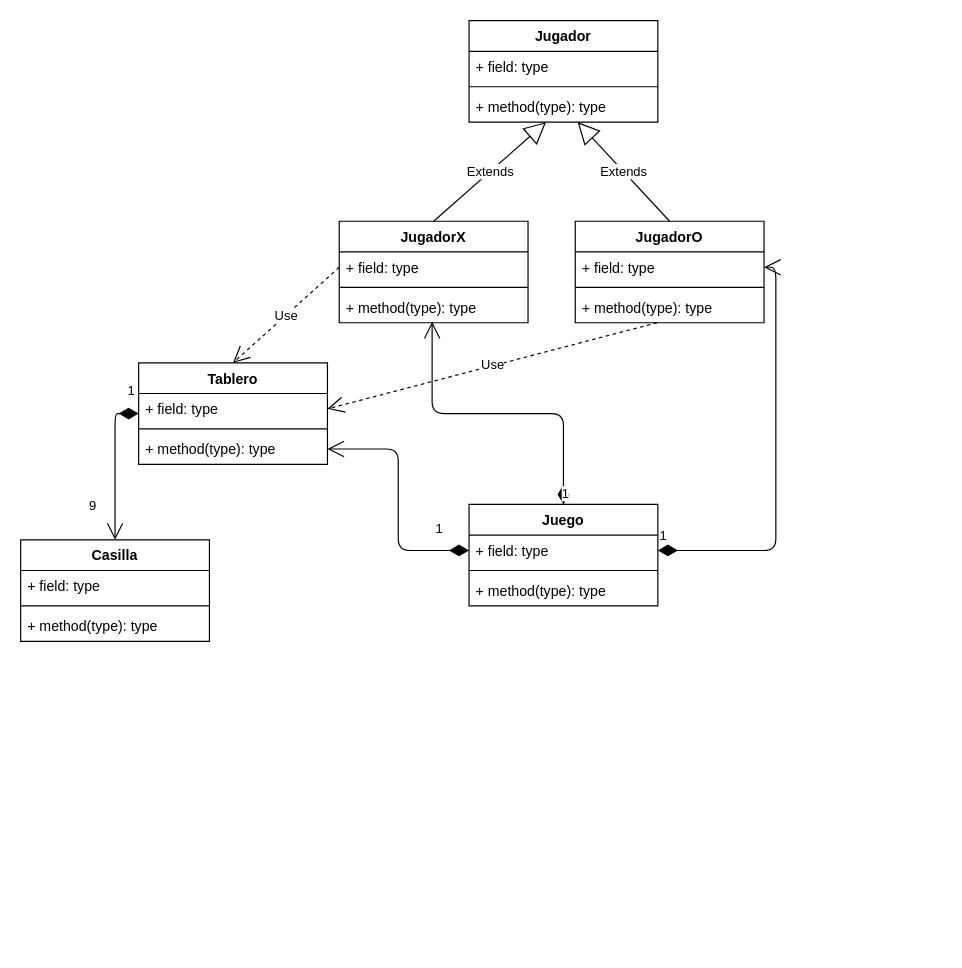
This is P45/Clase8/UML_TresEnRaya.drawio from luismescobarf/clasesCiclo2, a draw.io file, before an edit. Source tidied: cells renumbered, new cells numbered last; positions are measured from the earlier drawing's top-left corner, leaving out a move shared by most shapes. Both pictures are drawn from the tidied source at 118%, with x=0, y=0 at pixel (20, 20).
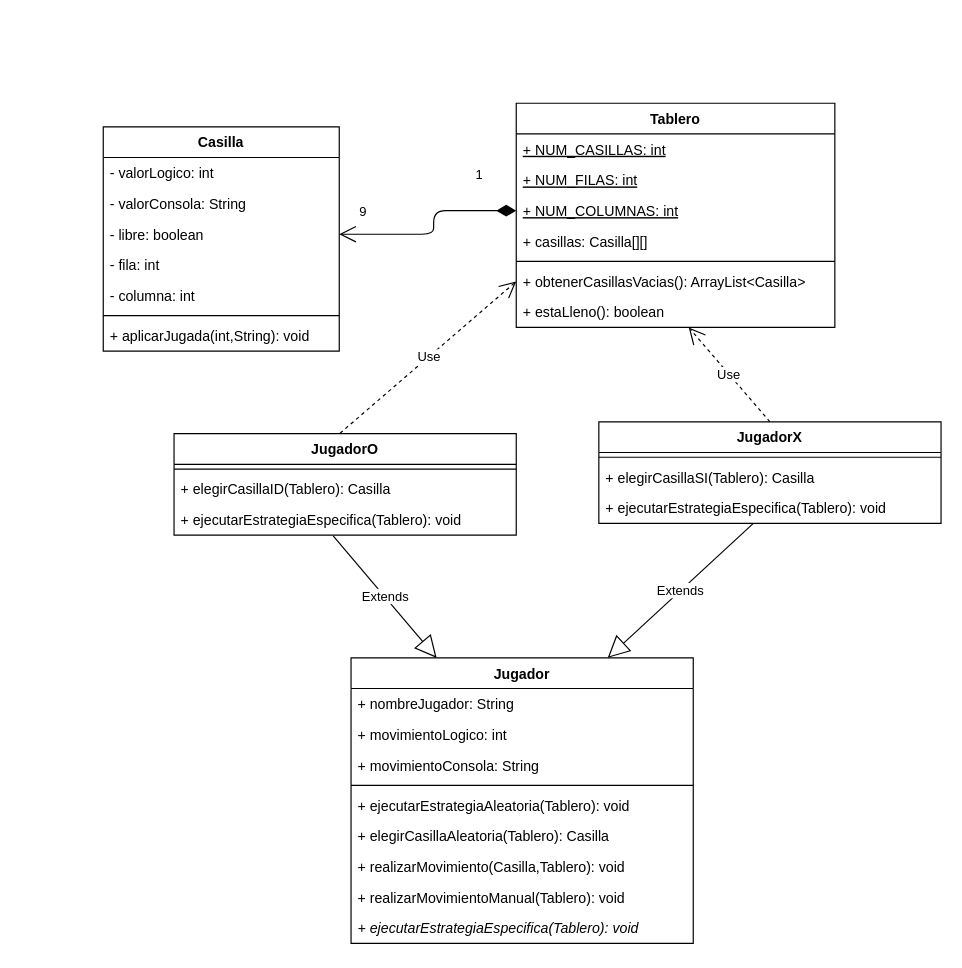
The same diagram, later.

Change to the diagram source:
```diff
@@
-<mxGraphModel background="#ffffff">
+<mxGraphModel>
@@
     <mxCell id="2" value="Casilla" style="swimlane;fontStyle=1;align=center;verticalAlign=top;horizontal=1;startSize=26;" parent="1" vertex="1">
-      <mxGeometry y="440" width="160" height="86" as="geometry" />
+      <mxGeometry x="70" y="90" width="200" height="190" as="geometry" />
     </mxCell>
-    <mxCell id="3" value="+ field: type" style="text;strokeColor=none;fillColor=none;align=left;verticalAlign=top;spacingLeft=4;spacingRight=4;overflow=hidden;" parent="2" vertex="1">
-      <mxGeometry y="26" width="160" height="26" as="geometry" />
-    </mxCell>
-    <mxCell id="4" style="line;strokeWidth=1;fillColor=none;align=left;verticalAlign=middle;spacingTop=-1;spacingLeft=3;spacingRight=3;labelPosition=right;" parent="2" vertex="1">
-      <mxGeometry y="52" width="160" height="8" as="geometry" />
-    </mxCell>
-    <mxCell id="5" value="+ method(type): type" style="text;strokeColor=none;fillColor=none;align=left;verticalAlign=top;spacingLeft=4;spacingRight=4;overflow=hidden;" parent="2" vertex="1">
-      <mxGeometry y="60" width="160" height="26" as="geometry" />
-    </mxCell>
+    <mxCell id="35" value="- valorLogico: int&#10;" style="text;strokeColor=none;fillColor=none;align=left;verticalAlign=top;spacingLeft=4;spacingRight=4;overflow=hidden;" parent="2" vertex="1">
+      <mxGeometry y="26" width="200" height="26" as="geometry" />
+    </mxCell>
+    <mxCell id="36" value="- valorConsola: String" style="text;strokeColor=none;fillColor=none;align=left;verticalAlign=top;spacingLeft=4;spacingRight=4;overflow=hidden;" parent="2" vertex="1">
+      <mxGeometry y="52" width="200" height="26" as="geometry" />
+    </mxCell>
+    <mxCell id="37" value="- libre: boolean" style="text;strokeColor=none;fillColor=none;align=left;verticalAlign=top;spacingLeft=4;spacingRight=4;overflow=hidden;points=[[0,0.5],[1,0.5]];portConstraint=eastwest;" parent="2" vertex="1">
+      <mxGeometry y="78" width="200" height="26" as="geometry" />
+    </mxCell>
+    <mxCell id="38" value="- fila: int" style="text;strokeColor=none;fillColor=none;align=left;verticalAlign=top;spacingLeft=4;spacingRight=4;overflow=hidden;" parent="2" vertex="1">
+      <mxGeometry y="104" width="200" height="26" as="geometry" />
+    </mxCell>
+    <mxCell id="39" value="- columna: int" style="text;strokeColor=none;fillColor=none;align=left;verticalAlign=top;spacingLeft=4;spacingRight=4;overflow=hidden;" parent="2" vertex="1">
+      <mxGeometry y="130" width="200" height="26" as="geometry" />
+    </mxCell>
+    <mxCell id="40" style="line;strokeWidth=1;fillColor=none;align=left;verticalAlign=middle;spacingTop=-1;spacingLeft=3;spacingRight=3;labelPosition=right;" parent="2" vertex="1">
+      <mxGeometry y="156" width="200" height="8" as="geometry" />
+    </mxCell>
+    <mxCell id="41" value="+ aplicarJugada(int,String): void&#10;" style="text;strokeColor=none;fillColor=none;align=left;verticalAlign=top;spacingLeft=4;spacingRight=4;overflow=hidden;" parent="2" vertex="1">
+      <mxGeometry y="164" width="200" height="26" as="geometry" />
+    </mxCell>
     <mxCell id="6" value="Tablero" style="swimlane;fontStyle=1;align=center;verticalAlign=top;horizontal=1;startSize=26;" parent="1" vertex="1">
-      <mxGeometry x="100" y="290" width="160" height="86" as="geometry" />
+      <mxGeometry x="420" y="70" width="270" height="190" as="geometry" />
     </mxCell>
-    <mxCell id="7" value="+ field: type" style="text;strokeColor=none;fillColor=none;align=left;verticalAlign=top;spacingLeft=4;spacingRight=4;overflow=hidden;points=[[0,0.5],[1,0.5]];portConstraint=eastwest;" parent="6" vertex="1">
-      <mxGeometry y="26" width="160" height="26" as="geometry" />
-    </mxCell>
-    <mxCell id="8" style="line;strokeWidth=1;fillColor=none;align=left;verticalAlign=middle;spacingTop=-1;spacingLeft=3;spacingRight=3;labelPosition=right;" parent="6" vertex="1">
-      <mxGeometry y="52" width="160" height="8" as="geometry" />
-    </mxCell>
-    <mxCell id="9" value="+ method(type): type" style="text;strokeColor=none;fillColor=none;align=left;verticalAlign=top;spacingLeft=4;spacingRight=4;overflow=hidden;points=[[0,0.5],[1,0.5]];portConstraint=eastwest;" parent="6" vertex="1">
-      <mxGeometry y="60" width="160" height="26" as="geometry" />
-    </mxCell>
-    <mxCell id="10" value="1" style="endArrow=open;html=1;endSize=12;startArrow=diamondThin;startSize=14;startFill=1;edgeStyle=orthogonalEdgeStyle;align=left;verticalAlign=bottom;entryX=0.5;entryY=0;entryDx=0;entryDy=0;exitX=0;exitY=0.5;exitDx=0;exitDy=0;" parent="1" edge="1" source="6" target="2">
-      <mxGeometry x="-0.83" y="-10" relative="1" as="geometry" />
-    </mxCell>
+    <mxCell id="42" value="+ NUM_CASILLAS: int" style="text;strokeColor=none;fillColor=none;align=left;verticalAlign=top;spacingLeft=4;spacingRight=4;overflow=hidden;fontStyle=4;" parent="6" vertex="1">
+      <mxGeometry y="26" width="270" height="26" as="geometry" />
+    </mxCell>
+    <mxCell id="43" value="+ NUM_FILAS: int" style="text;strokeColor=none;fillColor=none;align=left;verticalAlign=top;spacingLeft=4;spacingRight=4;overflow=hidden;fontStyle=4;" parent="6" vertex="1">
+      <mxGeometry y="52" width="270" height="26" as="geometry" />
+    </mxCell>
+    <mxCell id="44" value="+ NUM_COLUMNAS: int" style="text;strokeColor=none;fillColor=none;align=left;verticalAlign=top;spacingLeft=4;spacingRight=4;overflow=hidden;points=[[0,0.5],[1,0.5]];portConstraint=eastwest;fontStyle=4;" parent="6" vertex="1">
+      <mxGeometry y="78" width="270" height="26" as="geometry" />
+    </mxCell>
+    <mxCell id="45" value="+ casillas: Casilla[][]" style="text;strokeColor=none;fillColor=none;align=left;verticalAlign=top;spacingLeft=4;spacingRight=4;overflow=hidden;" parent="6" vertex="1">
+      <mxGeometry y="104" width="270" height="26" as="geometry" />
+    </mxCell>
+    <mxCell id="46" style="line;strokeWidth=1;fillColor=none;align=left;verticalAlign=middle;spacingTop=-1;spacingLeft=3;spacingRight=3;labelPosition=right;" parent="6" vertex="1">
+      <mxGeometry y="130" width="270" height="8" as="geometry" />
+    </mxCell>
+    <mxCell id="47" value="+ obtenerCasillasVacias(): ArrayList&lt;Casilla&gt;" style="text;strokeColor=none;fillColor=none;align=left;verticalAlign=top;spacingLeft=4;spacingRight=4;overflow=hidden;points=[[0,0.5],[1,0.5]];portConstraint=eastwest;" parent="6" vertex="1">
+      <mxGeometry y="138" width="270" height="26" as="geometry" />
+    </mxCell>
+    <mxCell id="48" value="+ estaLleno(): boolean" style="text;strokeColor=none;fillColor=none;align=left;verticalAlign=top;spacingLeft=4;spacingRight=4;overflow=hidden;points=[[0,0.5],[1,0.5]];portConstraint=eastwest;" parent="6" vertex="1">
+      <mxGeometry y="164" width="270" height="26" as="geometry" />
+    </mxCell>
+    <mxCell id="49" value="1" style="endArrow=open;html=1;endSize=12;startArrow=diamondThin;startSize=14;startFill=1;edgeStyle=orthogonalEdgeStyle;align=left;verticalAlign=bottom;entryX=1;entryY=0.5;entryDx=0;entryDy=0;exitX=0;exitY=0.5;exitDx=0;exitDy=0;" parent="1" edge="1" source="44" target="37">
+      <mxGeometry x="-0.58" y="-21" relative="1" as="geometry">
+        <Array as="points">
+          <mxPoint x="350" y="161" />
+          <mxPoint x="350" y="181" />
+        </Array>
+      </mxGeometry>
+    </mxCell>
-    <mxCell id="11" value="9" style="edgeLabel;html=1;align=center;verticalAlign=middle;" parent="10" vertex="1">
-      <mxGeometry x="0.24" y="-1" relative="1" as="geometry">
-        <mxPoint x="-19" y="18" as="offset" />
+    <mxCell id="11" value="9" style="edgeLabel;html=1;align=center;verticalAlign=middle;" parent="49" vertex="1">
+      <mxGeometry x="0.62" relative="1" as="geometry">
+        <mxPoint x="-13" y="-20" as="offset" />
       </mxGeometry>
     </mxCell>
+    <mxCell id="16" value="JugadorX" style="swimlane;fontStyle=1;align=center;verticalAlign=top;horizontal=1;startSize=26;" parent="1" vertex="1">
+      <mxGeometry x="490" y="340" width="290" height="86" as="geometry" />
+    </mxCell>
+    <mxCell id="50" style="line;strokeWidth=1;fillColor=none;align=left;verticalAlign=middle;spacingTop=-1;spacingLeft=3;spacingRight=3;labelPosition=right;" parent="16" vertex="1">
+      <mxGeometry y="26" width="290" height="8" as="geometry" />
+    </mxCell>
+    <mxCell id="51" value="+ elegirCasillaSI(Tablero): Casilla" style="text;strokeColor=none;fillColor=none;align=left;verticalAlign=top;spacingLeft=4;spacingRight=4;overflow=hidden;" parent="16" vertex="1">
+      <mxGeometry y="34" width="290" height="26" as="geometry" />
+    </mxCell>
+    <mxCell id="52" value="+ ejecutarEstrategiaEspecifica(Tablero): void" style="text;strokeColor=none;fillColor=none;align=left;verticalAlign=top;spacingLeft=4;spacingRight=4;overflow=hidden;points=[[0,0.5],[1,0.5]];portConstraint=eastwest;" parent="16" vertex="1">
+      <mxGeometry y="60" width="290" height="26" as="geometry" />
+    </mxCell>
+    <mxCell id="53" value="Use" style="endArrow=open;endSize=12;dashed=1;html=1;exitX=0.5;exitY=0;exitDx=0;exitDy=0;" parent="1" edge="1" source="16" target="48">
+      <mxGeometry relative="1" as="geometry" />
+    </mxCell>
+    <mxCell id="20" value="JugadorO" style="swimlane;fontStyle=1;align=center;verticalAlign=top;horizontal=1;startSize=26;" parent="1" vertex="1">
+      <mxGeometry x="130" y="350" width="290" height="86" as="geometry" />
+    </mxCell>
+    <mxCell id="54" style="line;strokeWidth=1;fillColor=none;align=left;verticalAlign=middle;spacingTop=-1;spacingLeft=3;spacingRight=3;labelPosition=right;" parent="20" vertex="1">
+      <mxGeometry y="26" width="290" height="8" as="geometry" />
+    </mxCell>
+    <mxCell id="55" value="+ elegirCasillaID(Tablero): Casilla" style="text;strokeColor=none;fillColor=none;align=left;verticalAlign=top;spacingLeft=4;spacingRight=4;overflow=hidden;" parent="20" vertex="1">
+      <mxGeometry y="34" width="290" height="26" as="geometry" />
+    </mxCell>
+    <mxCell id="56" value="+ ejecutarEstrategiaEspecifica(Tablero): void" style="text;strokeColor=none;fillColor=none;align=left;verticalAlign=top;spacingLeft=4;spacingRight=4;overflow=hidden;points=[[0,0.5],[1,0.5]];portConstraint=eastwest;" parent="20" vertex="1">
+      <mxGeometry y="60" width="290" height="26" as="geometry" />
+    </mxCell>
+    <mxCell id="57" value="Use" style="endArrow=open;endSize=12;dashed=1;html=1;exitX=0.485;exitY=-0.004;exitDx=0;exitDy=0;exitPerimeter=0;entryX=0;entryY=0.5;entryDx=0;entryDy=0;" parent="1" edge="1" source="20" target="47">
+      <mxGeometry relative="1" as="geometry" />
+    </mxCell>
     <mxCell id="12" value="Jugador" style="swimlane;fontStyle=1;align=center;verticalAlign=top;horizontal=1;startSize=26;" parent="1" vertex="1">
-      <mxGeometry x="380" width="160" height="86" as="geometry" />
+      <mxGeometry x="280" y="540" width="290" height="242" as="geometry" />
     </mxCell>
-    <mxCell id="13" value="+ field: type" style="text;strokeColor=none;fillColor=none;align=left;verticalAlign=top;spacingLeft=4;spacingRight=4;overflow=hidden;" parent="12" vertex="1">
-      <mxGeometry y="26" width="160" height="26" as="geometry" />
-    </mxCell>
-    <mxCell id="14" style="line;strokeWidth=1;fillColor=none;align=left;verticalAlign=middle;spacingTop=-1;spacingLeft=3;spacingRight=3;labelPosition=right;" parent="12" vertex="1">
-      <mxGeometry y="52" width="160" height="8" as="geometry" />
-    </mxCell>
-    <mxCell id="15" value="+ method(type): type" style="text;strokeColor=none;fillColor=none;align=left;verticalAlign=top;spacingLeft=4;spacingRight=4;overflow=hidden;points=[[0,0.5],[1,0.5]];portConstraint=eastwest;" parent="12" vertex="1">
-      <mxGeometry y="60" width="160" height="26" as="geometry" />
-    </mxCell>
-    <mxCell id="16" value="JugadorX" style="swimlane;fontStyle=1;align=center;verticalAlign=top;horizontal=1;startSize=26;" parent="1" vertex="1">
-      <mxGeometry x="270" y="170" width="160" height="86" as="geometry" />
-    </mxCell>
-    <mxCell id="17" value="+ field: type" style="text;strokeColor=none;fillColor=none;align=left;verticalAlign=top;spacingLeft=4;spacingRight=4;overflow=hidden;points=[[0,0.5],[1,0.5]];portConstraint=eastwest;" parent="16" vertex="1">
-      <mxGeometry y="26" width="160" height="26" as="geometry" />
-    </mxCell>
-    <mxCell id="18" style="line;strokeWidth=1;fillColor=none;align=left;verticalAlign=middle;spacingTop=-1;spacingLeft=3;spacingRight=3;labelPosition=right;" parent="16" vertex="1">
-      <mxGeometry y="52" width="160" height="8" as="geometry" />
-    </mxCell>
-    <mxCell id="19" value="+ method(type): type" style="text;strokeColor=none;fillColor=none;align=left;verticalAlign=top;spacingLeft=4;spacingRight=4;overflow=hidden;points=[[0,0.5],[1,0.5]];portConstraint=eastwest;" parent="16" vertex="1">
-      <mxGeometry y="60" width="160" height="26" as="geometry" />
-    </mxCell>
-    <mxCell id="20" value="JugadorO" style="swimlane;fontStyle=1;align=center;verticalAlign=top;horizontal=1;startSize=26;" parent="1" vertex="1">
-      <mxGeometry x="470" y="170" width="160" height="86" as="geometry" />
-    </mxCell>
-    <mxCell id="21" value="+ field: type" style="text;strokeColor=none;fillColor=none;align=left;verticalAlign=top;spacingLeft=4;spacingRight=4;overflow=hidden;points=[[0,0.5],[1,0.5]];portConstraint=eastwest;" parent="20" vertex="1">
-      <mxGeometry y="26" width="160" height="26" as="geometry" />
-    </mxCell>
-    <mxCell id="22" style="line;strokeWidth=1;fillColor=none;align=left;verticalAlign=middle;spacingTop=-1;spacingLeft=3;spacingRight=3;labelPosition=right;" parent="20" vertex="1">
-      <mxGeometry y="52" width="160" height="8" as="geometry" />
-    </mxCell>
-    <mxCell id="23" value="+ method(type): type" style="text;strokeColor=none;fillColor=none;align=left;verticalAlign=top;spacingLeft=4;spacingRight=4;overflow=hidden;points=[[0,0.5],[1,0.5]];portConstraint=eastwest;" parent="20" vertex="1">
-      <mxGeometry y="60" width="160" height="26" as="geometry" />
-    </mxCell>
-    <mxCell id="24" value="Extends" style="endArrow=block;endSize=16;endFill=0;html=1;exitX=0.5;exitY=0;exitDx=0;exitDy=0;" parent="1" edge="1" source="16" target="15">
-      <mxGeometry relative="1" as="geometry" />
-    </mxCell>
-    <mxCell id="25" value="Extends" style="endArrow=block;endSize=16;endFill=0;html=1;exitX=0.5;exitY=0;exitDx=0;exitDy=0;" parent="1" edge="1" source="20" target="15">
-      <mxGeometry relative="1" as="geometry" />
-    </mxCell>
-    <mxCell id="26" value="Use" style="endArrow=open;endSize=12;dashed=1;html=1;exitX=0;exitY=0.5;exitDx=0;exitDy=0;entryX=0.5;entryY=0;entryDx=0;entryDy=0;" parent="1" edge="1" source="17" target="6">
-      <mxGeometry relative="1" as="geometry" />
-    </mxCell>
-    <mxCell id="27" value="Use" style="endArrow=open;endSize=12;dashed=1;html=1;exitX=0.434;exitY=1;exitDx=0;exitDy=0;entryX=1;entryY=0.5;entryDx=0;entryDy=0;exitPerimeter=0;" parent="1" edge="1" source="23" target="7">
-      <mxGeometry relative="1" as="geometry" />
-    </mxCell>
-    <mxCell id="28" value="Juego" style="swimlane;fontStyle=1;align=center;verticalAlign=top;horizontal=1;startSize=26;" parent="1" vertex="1">
-      <mxGeometry x="380" y="410" width="160" height="86" as="geometry" />
-    </mxCell>
-    <mxCell id="29" value="+ field: type" style="text;strokeColor=none;fillColor=none;align=left;verticalAlign=top;spacingLeft=4;spacingRight=4;overflow=hidden;points=[[0,0.5],[1,0.5]];portConstraint=eastwest;" parent="28" vertex="1">
-      <mxGeometry y="26" width="160" height="26" as="geometry" />
-    </mxCell>
-    <mxCell id="30" style="line;strokeWidth=1;fillColor=none;align=left;verticalAlign=middle;spacingTop=-1;spacingLeft=3;spacingRight=3;labelPosition=right;" parent="28" vertex="1">
-      <mxGeometry y="52" width="160" height="8" as="geometry" />
-    </mxCell>
-    <mxCell id="31" value="+ method(type): type" style="text;strokeColor=none;fillColor=none;align=left;verticalAlign=top;spacingLeft=4;spacingRight=4;overflow=hidden;" parent="28" vertex="1">
-      <mxGeometry y="60" width="160" height="26" as="geometry" />
-    </mxCell>
-    <mxCell id="32" value="1" style="endArrow=open;html=1;endSize=12;startArrow=diamondThin;startSize=14;startFill=1;edgeStyle=orthogonalEdgeStyle;align=left;verticalAlign=bottom;exitX=0;exitY=0.5;exitDx=0;exitDy=0;" parent="1" edge="1" source="29" target="9">
-      <mxGeometry x="-0.71" y="-9" relative="1" as="geometry" />
-    </mxCell>
-    <mxCell id="33" value="1" style="endArrow=open;html=1;endSize=12;startArrow=diamondThin;startSize=14;startFill=1;edgeStyle=orthogonalEdgeStyle;align=left;verticalAlign=bottom;exitX=1;exitY=0.5;exitDx=0;exitDy=0;entryX=1;entryY=0.5;entryDx=0;entryDy=0;" parent="1" edge="1" source="29" target="21">
-      <mxGeometry x="-1" y="3" relative="1" as="geometry" />
-    </mxCell>
-    <mxCell id="34" value="1" style="endArrow=open;html=1;endSize=12;startArrow=diamondThin;startSize=14;startFill=1;edgeStyle=orthogonalEdgeStyle;align=left;verticalAlign=bottom;exitX=0.5;exitY=0;exitDx=0;exitDy=0;entryX=0.492;entryY=0.968;entryDx=0;entryDy=0;entryPerimeter=0;" parent="1" edge="1" source="28" target="19">
-      <mxGeometry x="-1" y="3" relative="1" as="geometry" />
-    </mxCell>
+    <mxCell id="58" value="+ nombreJugador: String" style="text;strokeColor=none;fillColor=none;align=left;verticalAlign=top;spacingLeft=4;spacingRight=4;overflow=hidden;" parent="12" vertex="1">
+      <mxGeometry y="26" width="290" height="26" as="geometry" />
+    </mxCell>
+    <mxCell id="59" value="+ movimientoLogico: int" style="text;strokeColor=none;fillColor=none;align=left;verticalAlign=top;spacingLeft=4;spacingRight=4;overflow=hidden;" parent="12" vertex="1">
+      <mxGeometry y="52" width="290" height="26" as="geometry" />
+    </mxCell>
+    <mxCell id="60" value="+ movimientoConsola: String" style="text;strokeColor=none;fillColor=none;align=left;verticalAlign=top;spacingLeft=4;spacingRight=4;overflow=hidden;" parent="12" vertex="1">
+      <mxGeometry y="78" width="290" height="26" as="geometry" />
+    </mxCell>
+    <mxCell id="61" style="line;strokeWidth=1;fillColor=none;align=left;verticalAlign=middle;spacingTop=-1;spacingLeft=3;spacingRight=3;labelPosition=right;" parent="12" vertex="1">
+      <mxGeometry y="104" width="290" height="8" as="geometry" />
+    </mxCell>
+    <mxCell id="62" value="+ ejecutarEstrategiaAleatoria(Tablero): void" style="text;strokeColor=none;fillColor=none;align=left;verticalAlign=top;spacingLeft=4;spacingRight=4;overflow=hidden;" parent="12" vertex="1">
+      <mxGeometry y="112" width="290" height="26" as="geometry" />
+    </mxCell>
+    <mxCell id="63" value="+ elegirCasillaAleatoria(Tablero): Casilla&#10;" style="text;strokeColor=none;fillColor=none;align=left;verticalAlign=top;spacingLeft=4;spacingRight=4;overflow=hidden;" parent="12" vertex="1">
+      <mxGeometry y="138" width="290" height="26" as="geometry" />
+    </mxCell>
+    <mxCell id="64" value="+ realizarMovimiento(Casilla,Tablero): void" style="text;strokeColor=none;fillColor=none;align=left;verticalAlign=top;spacingLeft=4;spacingRight=4;overflow=hidden;" parent="12" vertex="1">
+      <mxGeometry y="164" width="290" height="26" as="geometry" />
+    </mxCell>
+    <mxCell id="65" value="+ realizarMovimientoManual(Tablero): void" style="text;strokeColor=none;fillColor=none;align=left;verticalAlign=top;spacingLeft=4;spacingRight=4;overflow=hidden;" parent="12" vertex="1">
+      <mxGeometry y="190" width="290" height="26" as="geometry" />
+    </mxCell>
+    <mxCell id="66" value="+ ejecutarEstrategiaEspecifica(Tablero): void" style="text;strokeColor=none;fillColor=none;align=left;verticalAlign=top;spacingLeft=4;spacingRight=4;overflow=hidden;fontStyle=2;" parent="12" vertex="1">
+      <mxGeometry y="216" width="290" height="26" as="geometry" />
+    </mxCell>
+    <mxCell id="67" value="Extends" style="endArrow=block;endSize=16;endFill=0;html=1;entryX=0.25;entryY=0;entryDx=0;entryDy=0;exitX=0.465;exitY=1.022;exitDx=0;exitDy=0;exitPerimeter=0;" parent="1" edge="1" source="56" target="12">
+      <mxGeometry relative="1" as="geometry" />
+    </mxCell>
+    <mxCell id="68" value="Extends" style="endArrow=block;endSize=16;endFill=0;html=1;entryX=0.75;entryY=0;entryDx=0;entryDy=0;" parent="1" edge="1" source="52" target="12">
+      <mxGeometry relative="1" as="geometry" />
+    </mxCell>
```
